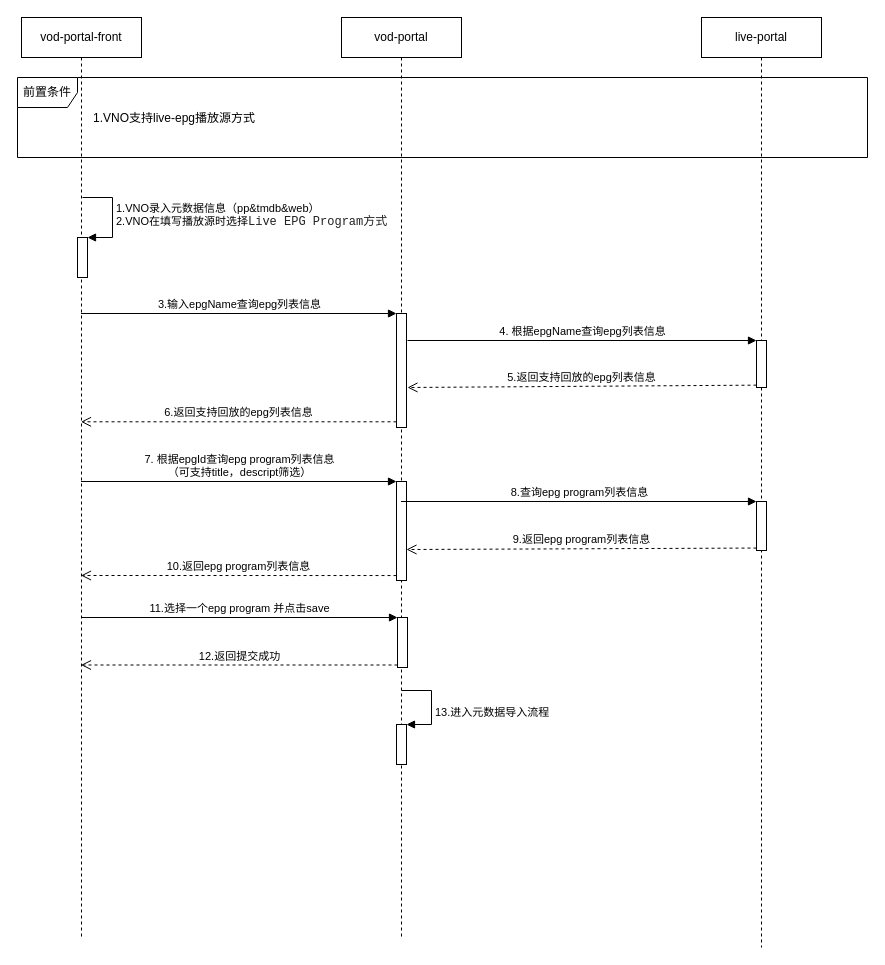
Before: page "2.单个影片录入epg片源" (2 of 6) of liveEPG转VOD.drawio in beixiaohai/goose, a draw.io diagram. Source tidied: cells renumbered, new cells numbered last; positions are measured from the earlier drawing's top-left corner, leaving out a move shared by most shapes. Both pictures are drawn from the tidied source at 100%, with x=0, y=0 at pixel (17, 17).
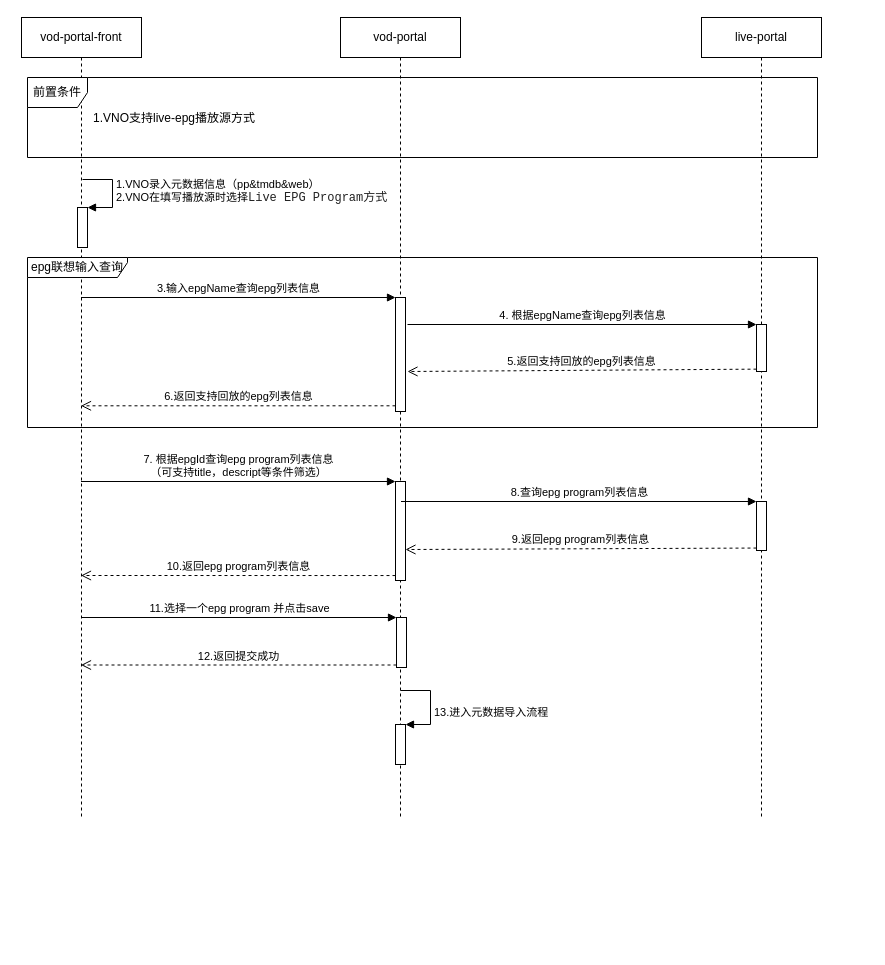
After the change.

The change refers to these unchanged cells:
```xml
<mxCell id="7" style="html=1;points=[];perimeter=orthogonalPerimeter;" parent="5" vertex="1">
  <mxGeometry x="55" y="464" width="10" height="99" as="geometry" />
</mxCell>
```

What changed in the source:
```diff
@@
     <mxCell id="2" value="vod-portal-front" style="shape=umlLifeline;perimeter=lifelinePerimeter;whiteSpace=wrap;html=1;outlineConnect=0;" parent="1" vertex="1">
-      <mxGeometry x="4" width="120" height="920" as="geometry" />
+      <mxGeometry x="4" width="120" height="800" as="geometry" />
     </mxCell>
     <mxCell id="3" style="html=1;points=[];perimeter=orthogonalPerimeter;" parent="2" vertex="1">
-      <mxGeometry x="56" y="220" width="10" height="40" as="geometry" />
+      <mxGeometry x="56" y="190" width="10" height="40" as="geometry" />
     </mxCell>
     <mxCell id="4" value="1.VNO录入元数据信息（pp&amp;amp;tmdb&amp;amp;web）&lt;br&gt;2.VNO在填写播放源时选择&lt;span style=&quot;color: rgb(34, 34, 34); font-family: Consolas, &amp;quot;Lucida Console&amp;quot;, &amp;quot;Courier New&amp;quot;, monospace; font-size: 12px;&quot;&gt;Live EPG Program方式&lt;br&gt;&lt;/span&gt;" style="edgeStyle=orthogonalEdgeStyle;html=1;align=left;spacingLeft=2;endArrow=block;rounded=0;entryX=1;entryY=0;" parent="2" edge="1" target="3">
       <mxGeometry relative="1" as="geometry">
-        <mxPoint x="61" y="180" as="sourcePoint" />
+        <mxPoint x="61" y="162" as="sourcePoint" />
         <Array as="points">
-          <mxPoint x="91" y="180" />
+          <mxPoint x="91" y="162" />
         </Array>
       </mxGeometry>
     </mxCell>
     <mxCell id="5" value="vod-portal" style="shape=umlLifeline;perimeter=lifelinePerimeter;whiteSpace=wrap;html=1;" parent="1" vertex="1">
-      <mxGeometry x="324" width="120" height="920" as="geometry" />
+      <mxGeometry x="323" width="120" height="800" as="geometry" />
     </mxCell>
     <mxCell id="6" style="html=1;points=[];perimeter=orthogonalPerimeter;" parent="5" vertex="1">
-      <mxGeometry x="55" y="296" width="10" height="114" as="geometry" />
+      <mxGeometry x="55" y="280" width="10" height="114" as="geometry" />
     </mxCell>
@@
     <mxCell id="11" value="live-portal" style="shape=umlLifeline;perimeter=lifelinePerimeter;whiteSpace=wrap;html=1;" parent="1" vertex="1">
-      <mxGeometry x="684" width="120" height="930" as="geometry" />
+      <mxGeometry x="684" width="120" height="800" as="geometry" />
     </mxCell>
     <mxCell id="12" style="html=1;points=[];perimeter=orthogonalPerimeter;" parent="11" vertex="1">
-      <mxGeometry x="55" y="323" width="10" height="47" as="geometry" />
+      <mxGeometry x="55" y="307" width="10" height="47" as="geometry" />
     </mxCell>
@@
     <mxCell id="14" value="前置条件" style="shape=umlFrame;whiteSpace=wrap;html=1;" parent="1" vertex="1">
-      <mxGeometry y="60" width="850" height="80" as="geometry" />
+      <mxGeometry x="10" y="60" width="790" height="80" as="geometry" />
     </mxCell>
@@
     <mxCell id="16" value="3.输入epgName查询epg列表信息" style="html=1;verticalAlign=bottom;endArrow=block;entryX=0;entryY=0;rounded=0;" parent="1" edge="1" target="6">
       <mxGeometry relative="1" as="geometry">
-        <mxPoint x="63.5" y="296" as="sourcePoint" />
+        <mxPoint x="63.5" y="280" as="sourcePoint" />
       </mxGeometry>
     </mxCell>
-    <mxCell id="17" value="6.返回支持回放的epg列表信息" style="html=1;verticalAlign=bottom;endArrow=open;dashed=1;endSize=8;exitX=0;exitY=0.95;rounded=0;" parent="1" edge="1" source="6" target="2">
-      <mxGeometry relative="1" as="geometry" />
+    <mxCell id="17" value="6.返回支持回放的epg列表信息" style="html=1;verticalAlign=bottom;endArrow=open;dashed=1;endSize=8;exitX=0;exitY=0.95;rounded=0;" parent="1" edge="1" source="6">
+      <mxGeometry relative="1" as="geometry">
+        <mxPoint x="63.5" y="388.3" as="targetPoint" />
+      </mxGeometry>
     </mxCell>
     <mxCell id="18" value="4. 根据epgName查询epg列表信息" style="html=1;verticalAlign=bottom;endArrow=block;entryX=0;entryY=0;rounded=0;" parent="1" edge="1" target="12">
       <mxGeometry relative="1" as="geometry">
-        <mxPoint x="390" y="323" as="sourcePoint" />
+        <mxPoint x="390" y="307" as="sourcePoint" />
       </mxGeometry>
     </mxCell>
     <mxCell id="19" value="5.返回支持回放的epg列表信息" style="html=1;verticalAlign=bottom;endArrow=open;dashed=1;endSize=8;exitX=0;exitY=0.95;rounded=0;" parent="1" edge="1" source="12">
       <mxGeometry relative="1" as="geometry">
-        <mxPoint x="390" y="370" as="targetPoint" />
+        <mxPoint x="390" y="354" as="targetPoint" />
       </mxGeometry>
     </mxCell>
@@
-    <mxCell id="21" value="7. 根据epgId查询epg program列表信息&lt;br&gt;（可支持title，descript筛选）" style="html=1;verticalAlign=bottom;endArrow=block;entryX=0;entryY=0;rounded=0;" parent="1" edge="1" target="7">
+    <mxCell id="21" value="7. 根据epgId查询epg program列表信息&lt;br&gt;（可支持title，descript等条件筛选）" style="html=1;verticalAlign=bottom;endArrow=block;entryX=0;entryY=0;rounded=0;" parent="1" edge="1" target="7">
       <mxGeometry relative="1" as="geometry">
         <mxPoint x="63.5" y="464" as="sourcePoint" />
       </mxGeometry>
     </mxCell>
@@
+    <mxCell id="26" value="epg联想输入查询" style="shape=umlFrame;whiteSpace=wrap;html=1;width=100;height=20;" parent="1" vertex="1">
+      <mxGeometry x="10" y="240" width="790" height="170" as="geometry" />
+    </mxCell>
```
